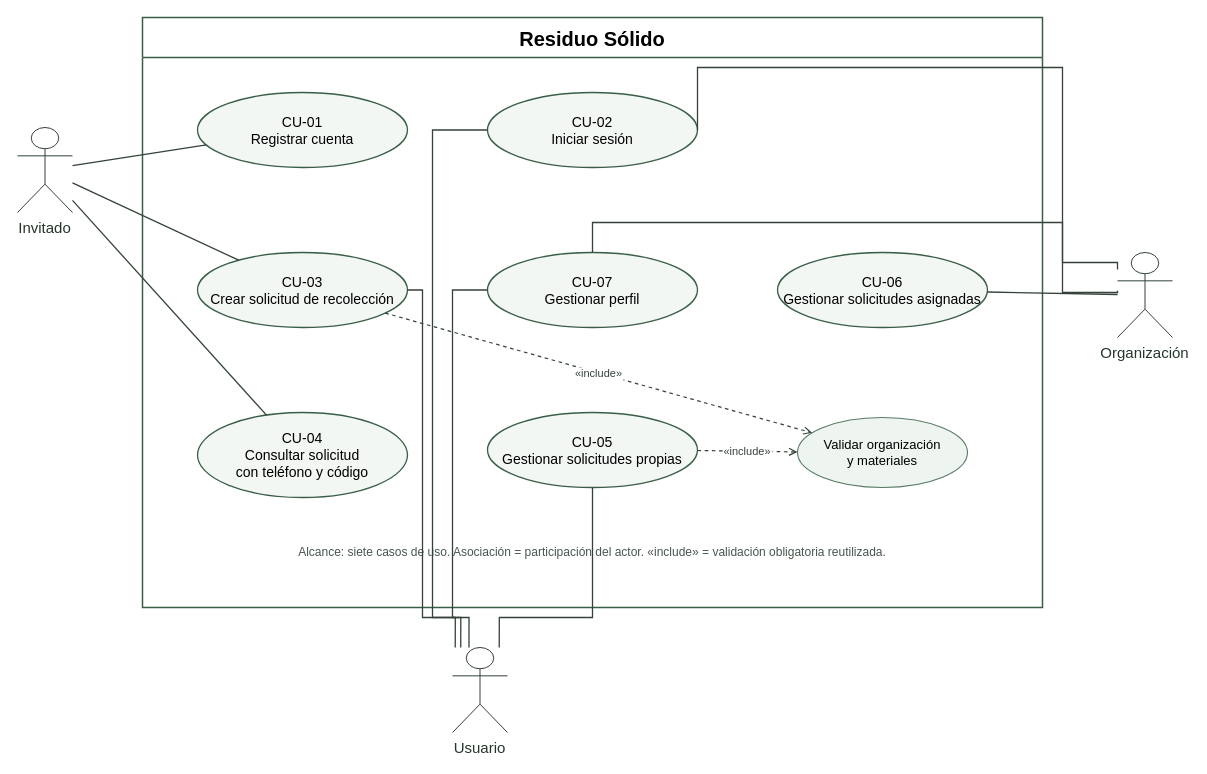
Earlier version of the draw.io diagram docs/diagrams/figura1-casos-uso.drawio (fedegonc/residuosolido). Source tidied: cells renumbered, new cells numbered last; positions are measured from the earlier drawing's top-left corner, leaving out a move shared by most shapes. Both pictures are drawn from the tidied source at 100%, with x=0, y=0 at pixel (17, 17).
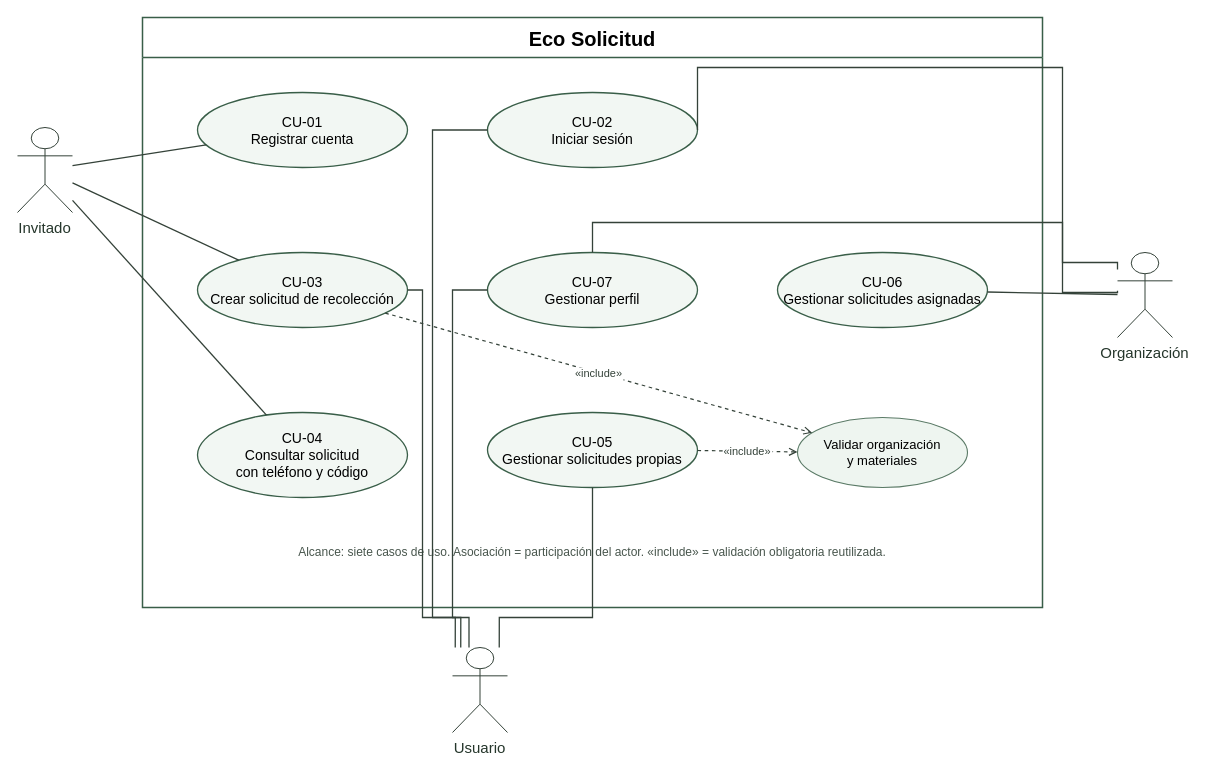
After the change.

Change to the diagram source:
```diff
@@
-    <mxCell id="2" value="Residuo Sólido" style="swimlane;startSize=40;horizontal=1;rounded=0;html=0;fontFamily=Helvetica;fontSize=20;fontStyle=1;fillColor=#ffffff;swimlaneFillColor=#ffffff;strokeColor=#395e48;strokeWidth=1.5;" parent="1" vertex="1">
+    <mxCell id="2" value="Eco Solicitud" style="swimlane;startSize=40;horizontal=1;rounded=0;html=0;fontFamily=Helvetica;fontSize=20;fontStyle=1;fillColor=#ffffff;swimlaneFillColor=#ffffff;strokeColor=#395e48;strokeWidth=1.5;" parent="1" vertex="1">
       <mxGeometry x="125" width="900" height="590" as="geometry" />
     </mxCell>
```
